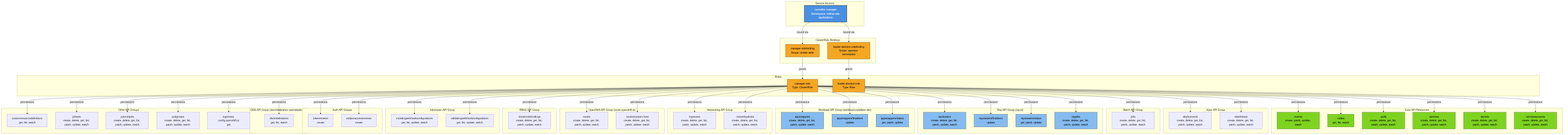
The Mermaid diagram architecture/rhoai-2.25/diagrams/codeflare-operator-rbac.png in rhuss/architecture-context, before a commit. Its source is kept beside it as architecture/rhoai-2.25/diagrams/codeflare-operator-rbac.mmd. Source of this version:
```mermaid
graph TD
    subgraph "Service Account"
        SA[controller-manager<br/>Namespace: redhat-ods-applications]
    end

    subgraph "ClusterRole Bindings"
        CRB[manager-rolebinding<br/>Scope: cluster-wide]
        RB[leader-election-rolebinding<br/>Scope: operator namespace]
    end

    subgraph "Roles"
        CR[manager-role<br/>Type: ClusterRole]
        LER[leader-election-role<br/>Type: Role]
    end

    subgraph "Core API Resources"
        Events[events<br/>create, patch, update, watch]
        Nodes[nodes<br/>get, list, watch]
        Pods[pods<br/>create, delete, get, list, patch, update, watch]
        Services[services<br/>create, delete, get, list, patch, update, watch]
        Secrets[secrets<br/>create, delete, get, list, patch, update, watch]
        ServiceAccounts[serviceaccounts<br/>create, delete, get, list, patch, update, watch]
    end

    subgraph "Apps API Group"
        Deployments[deployments<br/>create, delete, get, list, patch, update, watch]
        StatefulSets[statefulsets<br/>create, delete, get, list, patch, update, watch]
    end

    subgraph "Batch API Group"
        Jobs[jobs<br/>create, delete, get, list, patch, update, watch]
    end

    subgraph "Ray API Group (ray.io)"
        RayClusters[rayclusters<br/>create, delete, get, list, patch, update, watch]
        RayClustersFinalizers[rayclusters/finalizers<br/>update]
        RayClustersStatus[rayclusters/status<br/>get, patch, update]
        RayJobs[rayjobs<br/>create, delete, get, list, patch, update, watch]
    end

    subgraph "Workload API Group (workload.codeflare.dev)"
        AppWrappers[appwrappers<br/>create, delete, get, list, patch, update, watch]
        AppWrappersFinalizers[appwrappers/finalizers<br/>update]
        AppWrappersStatus[appwrappers/status<br/>get, patch, update]
    end

    subgraph "Networking API Group"
        Ingresses[ingresses<br/>create, delete, get, list, patch, update, watch]
        NetworkPolicies[networkpolicies<br/>create, delete, get, list, patch, update, watch]
    end

    subgraph "OpenShift API Group (route.openshift.io)"
        Routes[routes<br/>create, delete, get, list, patch, update, watch]
        RoutesCustomHost[routes/custom-host<br/>create, delete, get, list, patch, update, watch]
    end

    subgraph "RBAC API Group"
        ClusterRoleBindings[clusterrolebindings<br/>create, delete, get, list, patch, update, watch]
    end

    subgraph "Admission API Group"
        MutatingWebhooks[mutatingwebhookconfigurations<br/>get, list, update, watch]
        ValidatingWebhooks[validatingwebhookconfigurations<br/>get, list, update, watch]
    end

    subgraph "Auth API Groups"
        TokenReviews[tokenreviews<br/>create]
        SubjectAccessReviews[subjectaccessreviews<br/>create]
    end

    subgraph "ODH API Group (dscinitialization.opendatahub.io)"
        DSCInit[dscinitializations<br/>get, list, watch]
    end

    subgraph "Other API Groups"
        CRDs[customresourcedefinitions<br/>get, list, watch]
        JobSets[jobsets<br/>create, delete, get, list, patch, update, watch]
        PyTorchJobs[pytorchjobs<br/>create, delete, get, list, patch, update, watch]
        PodGroups[podgroups<br/>create, delete, get, list, patch, update, watch]
        OpenShiftIngress["ingresses config.openshift.io<br/>get"]
    end

    SA -->|bound via| CRB
    SA -->|bound via| RB

    CRB -->|grants| CR
    RB -->|grants| LER

    CR -->|permissions| Events
    CR -->|permissions| Nodes
    CR -->|permissions| Pods
    CR -->|permissions| Services
    CR -->|permissions| Secrets
    CR -->|permissions| ServiceAccounts
    CR -->|permissions| Deployments
    CR -->|permissions| StatefulSets
    CR -->|permissions| Jobs
    CR -->|permissions| RayClusters
    CR -->|permissions| RayClustersFinalizers
    CR -->|permissions| RayClustersStatus
    CR -->|permissions| RayJobs
    CR -->|permissions| AppWrappers
    CR -->|permissions| AppWrappersFinalizers
    CR -->|permissions| AppWrappersStatus
    CR -->|permissions| Ingresses
    CR -->|permissions| NetworkPolicies
    CR -->|permissions| Routes
    CR -->|permissions| RoutesCustomHost
    CR -->|permissions| ClusterRoleBindings
    CR -->|permissions| MutatingWebhooks
    CR -->|permissions| ValidatingWebhooks
    CR -->|permissions| TokenReviews
    CR -->|permissions| SubjectAccessReviews
    CR -->|permissions| DSCInit
    CR -->|permissions| CRDs
    CR -->|permissions| JobSets
    CR -->|permissions| PyTorchJobs
    CR -->|permissions| PodGroups
    CR -->|permissions| OpenShiftIngress

    style SA fill:#4a90e2,stroke:#333,stroke-width:2px,color:#fff
    style CRB fill:#f5a623,stroke:#333,color:#000
    style RB fill:#f5a623,stroke:#333,color:#000
    style CR fill:#f5a623,stroke:#333,color:#000
    style LER fill:#f5a623,stroke:#333,color:#000

    style Events fill:#7ed321,stroke:#333,color:#000
    style Nodes fill:#7ed321,stroke:#333,color:#000
    style Pods fill:#7ed321,stroke:#333,color:#000
    style Services fill:#7ed321,stroke:#333,color:#000
    style Secrets fill:#7ed321,stroke:#333,color:#000
    style ServiceAccounts fill:#7ed321,stroke:#333,color:#000

    style RayClusters fill:#85bbf0,stroke:#333,color:#000
    style RayClustersFinalizers fill:#85bbf0,stroke:#333,color:#000
    style RayClustersStatus fill:#85bbf0,stroke:#333,color:#000
    style RayJobs fill:#85bbf0,stroke:#333,color:#000

    style AppWrappers fill:#85bbf0,stroke:#333,color:#000
    style AppWrappersFinalizers fill:#85bbf0,stroke:#333,color:#000
    style AppWrappersStatus fill:#85bbf0,stroke:#333,color:#000
```
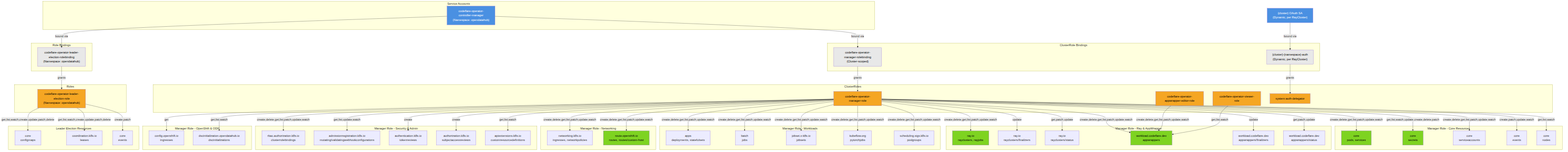
After the change.

What changed in the source:
```diff
@@ -1,141 +1,131 @@
+
 graph TD
-    subgraph "Service Account"
-        SA[controller-manager<br/>Namespace: redhat-ods-applications]
+    subgraph "Service Accounts"
+        SA["codeflare-operator-controller-manager<br/>(Namespace: opendatahub)"]
     end
 
     subgraph "ClusterRole Bindings"
-        CRB[manager-rolebinding<br/>Scope: cluster-wide]
-        RB[leader-election-rolebinding<br/>Scope: operator namespace]
+        CRB_Main["codeflare-operator-manager-rolebinding<br/>(Cluster-scoped)"]
+        CRB_Dynamic["{cluster}-{namespace}-auth<br/>(Dynamic, per RayCluster)"]
+    end
+
+    subgraph "Role Bindings"
+        RB_Leader["codeflare-operator-leader-election-rolebinding<br/>(Namespace: opendatahub)"]
+    end
+
+    subgraph "ClusterRoles"
+        CR_Manager["codeflare-operator-manager-role"]
+        CR_Editor["codeflare-operator-appwrapper-editor-role"]
+        CR_Viewer["codeflare-operator-viewer-role"]
+        CR_AuthDelegator["system:auth-delegator"]
     end
 
     subgraph "Roles"
-        CR[manager-role<br/>Type: ClusterRole]
-        LER[leader-election-role<br/>Type: Role]
+        R_Leader["codeflare-operator-leader-election-role<br/>(Namespace: opendatahub)"]
     end
 
-    subgraph "Core API Resources"
-        Events[events<br/>create, patch, update, watch]
-        Nodes[nodes<br/>get, list, watch]
-        Pods[pods<br/>create, delete, get, list, patch, update, watch]
-        Services[services<br/>create, delete, get, list, patch, update, watch]
-        Secrets[secrets<br/>create, delete, get, list, patch, update, watch]
-        ServiceAccounts[serviceaccounts<br/>create, delete, get, list, patch, update, watch]
+    subgraph "Manager Role - Core Resources"
+        Pods["core<br/>pods, services"]
+        Secrets["core<br/>secrets"]
+        SAs["core<br/>serviceaccounts"]
+        Events["core<br/>events"]
+        Nodes["core<br/>nodes"]
     end
 
-    subgraph "Apps API Group"
-        Deployments[deployments<br/>create, delete, get, list, patch, update, watch]
-        StatefulSets[statefulsets<br/>create, delete, get, list, patch, update, watch]
+    subgraph "Manager Role - Ray & AppWrapper"
+        RayClusters["ray.io<br/>rayclusters, rayjobs"]
+        RCFinalizers["ray.io<br/>rayclusters/finalizers"]
+        RCStatus["ray.io<br/>rayclusters/status"]
+        AppWrappers["workload.codeflare.dev<br/>appwrappers"]
+        AWFinalizers["workload.codeflare.dev<br/>appwrappers/finalizers"]
+        AWStatus["workload.codeflare.dev<br/>appwrappers/status"]
     end
 
-    subgraph "Batch API Group"
-        Jobs[jobs<br/>create, delete, get, list, patch, update, watch]
+    subgraph "Manager Role - Workloads"
+        Deployments["apps<br/>deployments, statefulsets"]
+        Jobs["batch<br/>jobs"]
+        JobSets["jobset.x-k8s.io<br/>jobsets"]
+        PyTorchJobs["kubeflow.org<br/>pytorchjobs"]
+        PodGroups["scheduling.sigs.k8s.io<br/>podgroups"]
     end
 
-    subgraph "Ray API Group (ray.io)"
-        RayClusters[rayclusters<br/>create, delete, get, list, patch, update, watch]
-        RayClustersFinalizers[rayclusters/finalizers<br/>update]
-        RayClustersStatus[rayclusters/status<br/>get, patch, update]
-        RayJobs[rayjobs<br/>create, delete, get, list, patch, update, watch]
+    subgraph "Manager Role - Networking"
+        Ingresses["networking.k8s.io<br/>ingresses, networkpolicies"]
+        Routes["route.openshift.io<br/>routes, routes/custom-host"]
     end
 
-    subgraph "Workload API Group (workload.codeflare.dev)"
-        AppWrappers[appwrappers<br/>create, delete, get, list, patch, update, watch]
-        AppWrappersFinalizers[appwrappers/finalizers<br/>update]
-        AppWrappersStatus[appwrappers/status<br/>get, patch, update]
+    subgraph "Manager Role - Security & Admin"
+        CRBs["rbac.authorization.k8s.io<br/>clusterrolebindings"]
+        WebhookConfigs["admissionregistration.k8s.io<br/>mutating/validatingwebhookconfigurations"]
+        TokenReviews["authentication.k8s.io<br/>tokenreviews"]
+        SAR["authorization.k8s.io<br/>subjectaccessreviews"]
+        CRDs["apiextensions.k8s.io<br/>customresourcedefinitions"]
     end
 
-    subgraph "Networking API Group"
-        Ingresses[ingresses<br/>create, delete, get, list, patch, update, watch]
-        NetworkPolicies[networkpolicies<br/>create, delete, get, list, patch, update, watch]
+    subgraph "Manager Role - OpenShift & ODH"
+        IngressConfig["config.openshift.io<br/>ingresses"]
+        DSCInit["dscinitialization.opendatahub.io<br/>dscinitializations"]
     end
 
-    subgraph "OpenShift API Group (route.openshift.io)"
-        Routes[routes<br/>create, delete, get, list, patch, update, watch]
-        RoutesCustomHost[routes/custom-host<br/>create, delete, get, list, patch, update, watch]
+    subgraph "Leader Election Resources"
+        ConfigMaps["core<br/>configmaps"]
+        Leases["coordination.k8s.io<br/>leases"]
+        LeaderEvents["core<br/>events"]
     end
 
-    subgraph "RBAC API Group"
-        ClusterRoleBindings[clusterrolebindings<br/>create, delete, get, list, patch, update, watch]
-    end
+    SA -->|"bound via"| CRB_Main
+    SA -->|"bound via"| RB_Leader
+    CRB_Main -->|"grants"| CR_Manager
+    RB_Leader -->|"grants"| R_Leader
 
-    subgraph "Admission API Group"
-        MutatingWebhooks[mutatingwebhookconfigurations<br/>get, list, update, watch]
-        ValidatingWebhooks[validatingwebhookconfigurations<br/>get, list, update, watch]
-    end
+    DynSA["{cluster} OAuth SA<br/>(Dynamic, per RayCluster)"] -->|"bound via"| CRB_Dynamic
+    CRB_Dynamic -->|"grants"| CR_AuthDelegator
 
-    subgraph "Auth API Groups"
-        TokenReviews[tokenreviews<br/>create]
-        SubjectAccessReviews[subjectaccessreviews<br/>create]
-    end
+    CR_Manager -->|"create,delete,get,list,patch,update,watch"| Pods
+    CR_Manager -->|"get,list,watch,update,create,delete,patch"| Secrets
+    CR_Manager -->|"create,delete,get,list,patch,update,watch"| SAs
+    CR_Manager -->|"create,patch,update,watch"| Events
+    CR_Manager -->|"get,list,watch"| Nodes
+    CR_Manager -->|"create,delete,get,list,patch,update,watch"| RayClusters
+    CR_Manager -->|"update"| RCFinalizers
+    CR_Manager -->|"get,patch,update"| RCStatus
+    CR_Manager -->|"create,delete,get,list,patch,update,watch"| AppWrappers
+    CR_Manager -->|"update"| AWFinalizers
+    CR_Manager -->|"get,patch,update"| AWStatus
+    CR_Manager -->|"create,delete,get,list,patch,update,watch"| Deployments
+    CR_Manager -->|"create,delete,get,list,patch,update,watch"| Jobs
+    CR_Manager -->|"create,delete,get,list,patch,update,watch"| JobSets
+    CR_Manager -->|"create,delete,get,list,patch,update,watch"| PyTorchJobs
+    CR_Manager -->|"create,delete,get,list,patch,update,watch"| PodGroups
+    CR_Manager -->|"create,delete,get,list,patch,update,watch"| Ingresses
+    CR_Manager -->|"create,delete,get,list,patch,update,watch"| Routes
+    CR_Manager -->|"create,delete,get,list,patch,update,watch"| CRBs
+    CR_Manager -->|"get,list,update,watch"| WebhookConfigs
+    CR_Manager -->|"create"| TokenReviews
+    CR_Manager -->|"create"| SAR
+    CR_Manager -->|"get,list,watch"| CRDs
+    CR_Manager -->|"get"| IngressConfig
+    CR_Manager -->|"get,list,watch"| DSCInit
 
-    subgraph "ODH API Group (dscinitialization.opendatahub.io)"
-        DSCInit[dscinitializations<br/>get, list, watch]
-    end
+    R_Leader -->|"get,list,watch,create,update,patch,delete"| ConfigMaps
+    R_Leader -->|"get,list,watch,create,update,patch,delete"| Leases
+    R_Leader -->|"create,patch"| LeaderEvents
 
-    subgraph "Other API Groups"
-        CRDs[customresourcedefinitions<br/>get, list, watch]
-        JobSets[jobsets<br/>create, delete, get, list, patch, update, watch]
-        PyTorchJobs[pytorchjobs<br/>create, delete, get, list, patch, update, watch]
-        PodGroups[podgroups<br/>create, delete, get, list, patch, update, watch]
-        OpenShiftIngress["ingresses config.openshift.io<br/>get"]
-    end
+    CR_Editor -->|"create,delete,get,list,patch,update,watch"| AppWrappers
+    CR_Viewer -->|"get,list,watch"| AppWrappers
 
-    SA -->|bound via| CRB
-    SA -->|bound via| RB
-
-    CRB -->|grants| CR
-    RB -->|grants| LER
-
-    CR -->|permissions| Events
-    CR -->|permissions| Nodes
-    CR -->|permissions| Pods
-    CR -->|permissions| Services
-    CR -->|permissions| Secrets
-    CR -->|permissions| ServiceAccounts
-    CR -->|permissions| Deployments
-    CR -->|permissions| StatefulSets
-    CR -->|permissions| Jobs
-    CR -->|permissions| RayClusters
-    CR -->|permissions| RayClustersFinalizers
-    CR -->|permissions| RayClustersStatus
-    CR -->|permissions| RayJobs
-    CR -->|permissions| AppWrappers
-    CR -->|permissions| AppWrappersFinalizers
-    CR -->|permissions| AppWrappersStatus
-    CR -->|permissions| Ingresses
-    CR -->|permissions| NetworkPolicies
-    CR -->|permissions| Routes
-    CR -->|permissions| RoutesCustomHost
-    CR -->|permissions| ClusterRoleBindings
-    CR -->|permissions| MutatingWebhooks
-    CR -->|permissions| ValidatingWebhooks
-    CR -->|permissions| TokenReviews
-    CR -->|permissions| SubjectAccessReviews
-    CR -->|permissions| DSCInit
-    CR -->|permissions| CRDs
-    CR -->|permissions| JobSets
-    CR -->|permissions| PyTorchJobs
-    CR -->|permissions| PodGroups
-    CR -->|permissions| OpenShiftIngress
-
-    style SA fill:#4a90e2,stroke:#333,stroke-width:2px,color:#fff
-    style CRB fill:#f5a623,stroke:#333,color:#000
-    style RB fill:#f5a623,stroke:#333,color:#000
-    style CR fill:#f5a623,stroke:#333,color:#000
-    style LER fill:#f5a623,stroke:#333,color:#000
-
-    style Events fill:#7ed321,stroke:#333,color:#000
-    style Nodes fill:#7ed321,stroke:#333,color:#000
-    style Pods fill:#7ed321,stroke:#333,color:#000
-    style Services fill:#7ed321,stroke:#333,color:#000
-    style Secrets fill:#7ed321,stroke:#333,color:#000
-    style ServiceAccounts fill:#7ed321,stroke:#333,color:#000
-
-    style RayClusters fill:#85bbf0,stroke:#333,color:#000
-    style RayClustersFinalizers fill:#85bbf0,stroke:#333,color:#000
-    style RayClustersStatus fill:#85bbf0,stroke:#333,color:#000
-    style RayJobs fill:#85bbf0,stroke:#333,color:#000
-
-    style AppWrappers fill:#85bbf0,stroke:#333,color:#000
-    style AppWrappersFinalizers fill:#85bbf0,stroke:#333,color:#000
-    style AppWrappersStatus fill:#85bbf0,stroke:#333,color:#000
+    style SA fill:#4a90e2,color:#fff
+    style DynSA fill:#4a90e2,color:#fff
+    style CR_Manager fill:#f5a623,color:#000
+    style CR_Editor fill:#f5a623,color:#000
+    style CR_Viewer fill:#f5a623,color:#000
+    style CR_AuthDelegator fill:#f5a623,color:#000
+    style R_Leader fill:#f5a623,color:#000
+    style CRB_Main fill:#e8e8e8,color:#000
+    style CRB_Dynamic fill:#e8e8e8,color:#000
+    style RB_Leader fill:#e8e8e8,color:#000
+    style RayClusters fill:#7ed321,color:#000
+    style AppWrappers fill:#7ed321,color:#000
+    style Pods fill:#7ed321,color:#000
+    style Secrets fill:#7ed321,color:#000
+    style Routes fill:#7ed321,color:#000
```
